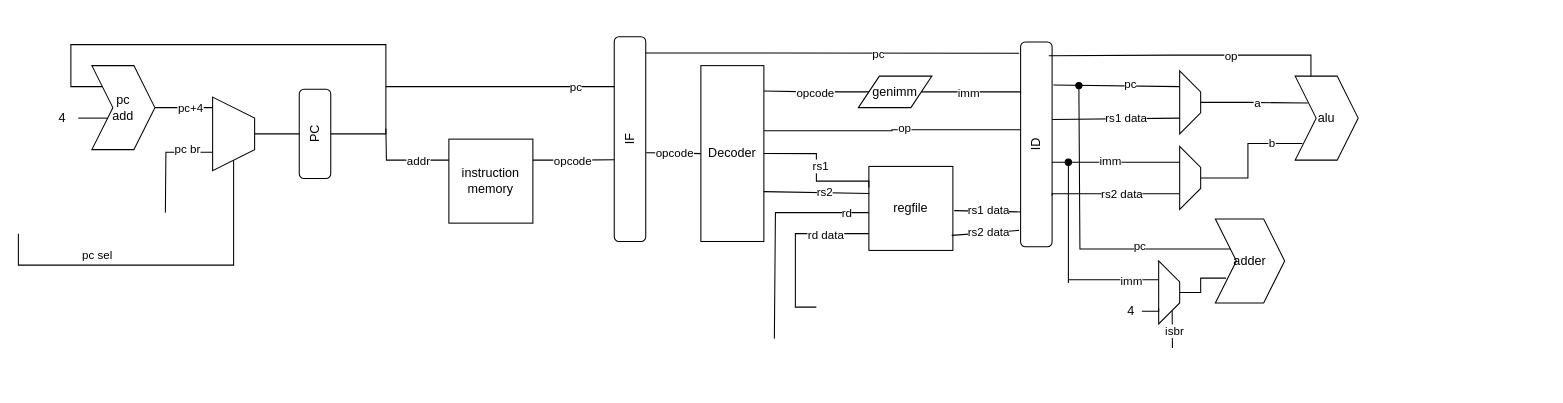
The draw.io diagram pipeline.drawio in tomhaber/rvcpu, before the edit. Source tidied: cells renumbered, new cells numbered last; positions are measured from the earlier drawing's top-left corner, leaving out a move shared by most shapes. Both pictures are drawn from the tidied source at 105%, with x=0, y=0 at pixel (18, 44).
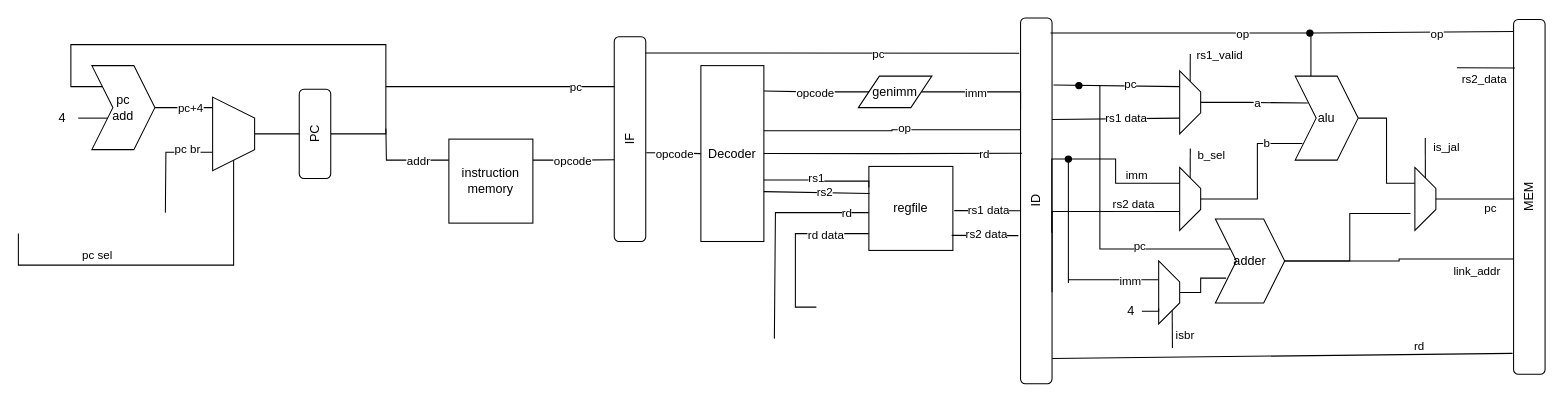
The same page after the edit.

Unchanged cells that the change refers to:
```xml
<mxCell id="29" value="regfile" style="whiteSpace=wrap;html=1;" parent="1" vertex="1">
  <mxGeometry x="810" y="116" width="80" height="80" as="geometry" />
</mxCell>
<mxCell id="32" value="Decoder" style="rounded=0;whiteSpace=wrap;html=1;" parent="1" vertex="1">
  <mxGeometry x="650" y="20" width="60" height="167.5" as="geometry" />
</mxCell>
<mxCell id="49" style="shape=trapezoid;perimeter=trapezoidPerimeter;whiteSpace=wrap;html=1;fixedSize=1;rotation=90;" parent="1" vertex="1">
  <mxGeometry x="1086" y="45" width="60" height="20" as="geometry" />
</mxCell>
<mxCell id="57" value="alu" style="shape=step;perimeter=stepPerimeter;whiteSpace=wrap;html=1;fixedSize=1;" parent="1" vertex="1">
  <mxGeometry x="1216" y="30" width="60" height="80" as="geometry" />
</mxCell>
<mxCell id="68" style="edgeStyle=orthogonalEdgeStyle;rounded=0;jettySize=auto;html=1;exitX=1;exitY=0.25;exitDx=0;exitDy=0;endArrow=none;endFill=0;" parent="1" edge="1" source="70">
  <mxGeometry relative="1" as="geometry">
    <mxPoint x="1099.1" y="289" as="targetPoint" />
  </mxGeometry>
</mxCell>
<mxCell id="75" value="adder" style="shape=step;perimeter=stepPerimeter;whiteSpace=wrap;html=1;fixedSize=1;" parent="1" vertex="1">
  <mxGeometry x="1140" y="166" width="66" height="80" as="geometry" />
</mxCell>
```

What changed in the source:
```diff
@@
-    <mxCell id="33" style="edgeStyle=orthogonalEdgeStyle;rounded=0;jettySize=auto;html=1;exitX=0;exitY=0.25;exitDx=0;exitDy=0;endArrow=none;endFill=0;entryX=1;entryY=0.5;entryDx=0;entryDy=0;" parent="1" edge="1" source="29" target="32">
+    <mxCell id="33" style="edgeStyle=orthogonalEdgeStyle;rounded=0;jettySize=auto;html=1;exitX=0;exitY=0.25;exitDx=0;exitDy=0;endArrow=none;endFill=0;" parent="1" edge="1" source="29">
       <mxGeometry relative="1" as="geometry">
+        <mxPoint x="710" y="129" as="targetPoint" />
         <Array as="points">
           <mxPoint x="810" y="130" />
           <mxPoint x="760" y="130" />
-          <mxPoint x="760" y="104" />
+          <mxPoint x="710" y="129" />
         </Array>
       </mxGeometry>
     </mxCell>
@@
     <mxCell id="37" value="ID" style="rounded=1;whiteSpace=wrap;html=1;rotation=-90;" parent="1" vertex="1">
-      <mxGeometry x="872" y="80" width="195" height="30" as="geometry" />
+      <mxGeometry x="795.2" y="133.8" width="348.5" height="30" as="geometry" />
     </mxCell>
-    <mxCell id="38" style="endArrow=none;html=1;rounded=0;entryX=0.17;entryY=0.015;entryDx=0;entryDy=0;entryPerimeter=0;exitX=1.016;exitY=0.639;exitDx=0;exitDy=0;exitPerimeter=0;" parent="1" edge="1" target="37">
+    <mxCell id="38" style="endArrow=none;html=1;rounded=0;entryX=0.473;entryY=-0.013;entryDx=0;entryDy=0;entryPerimeter=0;exitX=1.016;exitY=0.639;exitDx=0;exitDy=0;exitPerimeter=0;" parent="1" edge="1" target="37">
       <mxGeometry relative="1" as="geometry">
         <mxPoint x="891.3" y="158.1" as="sourcePoint" />
       </mxGeometry>
     </mxCell>
@@
-    <mxCell id="40" style="endArrow=none;html=1;rounded=0;entryX=0.08;entryY=-0.05;entryDx=0;entryDy=0;entryPerimeter=0;exitX=0.986;exitY=0.821;exitDx=0;exitDy=0;exitPerimeter=0;" parent="1" edge="1" source="29" target="37">
+    <mxCell id="40" style="endArrow=none;html=1;rounded=0;entryX=0.405;entryY=-0.069;entryDx=0;entryDy=0;entryPerimeter=0;exitX=0.986;exitY=0.821;exitDx=0;exitDy=0;exitPerimeter=0;" parent="1" edge="1" source="29" target="37">
       <mxGeometry relative="1" as="geometry" />
     </mxCell>
@@
+    <mxCell id="77" style="edgeStyle=orthogonalEdgeStyle;rounded=0;jettySize=auto;html=1;exitX=0;exitY=0.5;exitDx=0;exitDy=0;endArrow=none;endFill=0;" parent="1" edge="1" source="49">
+      <mxGeometry relative="1" as="geometry">
+        <mxPoint x="1116.1" y="9" as="targetPoint" />
+      </mxGeometry>
+    </mxCell>
+    <mxCell id="78" value="rs1_valid" style="edgeLabel;html=1;align=center;verticalAlign=middle;" parent="77" vertex="1">
+      <mxGeometry x="0.09" y="-2" relative="1" as="geometry">
+        <mxPoint x="25" y="-12" as="offset" />
+      </mxGeometry>
+    </mxCell>
@@
     <mxCell id="54" style="edgeStyle=orthogonalEdgeStyle;rounded=0;jettySize=auto;html=1;exitX=0.75;exitY=1;exitDx=0;exitDy=0;entryX=0.25;entryY=1;entryDx=0;entryDy=0;endArrow=none;endFill=0;" parent="1" edge="1" source="56" target="37">
       <mxGeometry relative="1" as="geometry">
         <Array as="points">
-          <mxPoint x="985" y="142" />
+          <mxPoint x="1106" y="159" />
+          <mxPoint x="985" y="159" />
         </Array>
       </mxGeometry>
     </mxCell>
     <mxCell id="55" value="rs2 data" style="edgeLabel;html=1;align=center;verticalAlign=middle;" parent="54" vertex="1">
-      <mxGeometry x="-0.09" relative="1" as="geometry" />
+      <mxGeometry x="-0.09" relative="1" as="geometry">
+        <mxPoint x="44" y="-8" as="offset" />
+      </mxGeometry>
     </mxCell>
+    <mxCell id="79" style="edgeStyle=orthogonalEdgeStyle;rounded=0;jettySize=auto;html=1;exitX=0;exitY=0.5;exitDx=0;exitDy=0;endArrow=none;endFill=0;" parent="1" edge="1" source="56">
+      <mxGeometry relative="1" as="geometry">
+        <mxPoint x="1116.1" y="99" as="targetPoint" />
+      </mxGeometry>
+    </mxCell>
+    <mxCell id="80" value="b_sel" style="edgeLabel;html=1;align=center;verticalAlign=middle;" parent="79" vertex="1">
+      <mxGeometry x="-0.19" y="1" relative="1" as="geometry">
+        <mxPoint x="20" y="-11" as="offset" />
+      </mxGeometry>
+    </mxCell>
     <mxCell id="56" style="shape=trapezoid;perimeter=trapezoidPerimeter;whiteSpace=wrap;html=1;fixedSize=1;rotation=90;" parent="1" vertex="1">
-      <mxGeometry x="1086" y="117" width="60" height="20" as="geometry" />
+      <mxGeometry x="1086" y="137" width="60" height="20" as="geometry" />
     </mxCell>
+    <mxCell id="81" style="edgeStyle=orthogonalEdgeStyle;rounded=0;jettySize=auto;html=1;exitX=1;exitY=0.5;exitDx=0;exitDy=0;entryX=0.25;entryY=1;entryDx=0;entryDy=0;endArrow=none;endFill=0;" parent="1" edge="1" source="57" target="86">
+      <mxGeometry relative="1" as="geometry" />
+    </mxCell>
@@
-    <mxCell id="58" style="edgeStyle=orthogonalEdgeStyle;rounded=0;jettySize=auto;html=1;exitX=0.25;exitY=0;exitDx=0;exitDy=0;entryX=0.933;entryY=0.894;entryDx=0;entryDy=0;entryPerimeter=0;endArrow=none;endFill=0;" parent="1" edge="1" source="57" target="37">
-      <mxGeometry relative="1" as="geometry" />
+    <mxCell id="58" style="edgeStyle=orthogonalEdgeStyle;rounded=0;jettySize=auto;html=1;exitX=0.25;exitY=0;exitDx=0;exitDy=0;endArrow=none;endFill=0;" parent="1" edge="1" source="57">
+      <mxGeometry relative="1" as="geometry">
+        <mxPoint x="990" y="-11" as="targetPoint" />
+        <Array as="points">
+          <mxPoint x="1231" y="-11" />
+          <mxPoint x="983" y="-11" />
+        </Array>
+      </mxGeometry>
     </mxCell>
@@
     <mxCell id="62" style="edgeStyle=orthogonalEdgeStyle;rounded=0;jettySize=auto;html=1;exitX=0.5;exitY=0;exitDx=0;exitDy=0;entryX=0.115;entryY=0.803;entryDx=0;entryDy=0;entryPerimeter=0;endArrow=none;endFill=0;" parent="1" edge="1" source="56" target="57">
-      <mxGeometry relative="1" as="geometry" />
+      <mxGeometry relative="1" as="geometry">
+        <Array as="points">
+          <mxPoint x="1180" y="147" />
+          <mxPoint x="1180" y="94" />
+        </Array>
+      </mxGeometry>
     </mxCell>
@@
     <mxCell id="64" style="edgeStyle=orthogonalEdgeStyle;rounded=0;jettySize=auto;html=1;exitX=0.25;exitY=1;exitDx=0;exitDy=0;entryX=0.413;entryY=0.993;entryDx=0;entryDy=0;entryPerimeter=0;endArrow=none;endFill=0;" parent="1" edge="1" source="56" target="37">
-      <mxGeometry relative="1" as="geometry" />
+      <mxGeometry relative="1" as="geometry">
+        <Array as="points">
+          <mxPoint x="1045" y="132" />
+          <mxPoint x="1045" y="109" />
+          <mxPoint x="984" y="109" />
+        </Array>
+      </mxGeometry>
     </mxCell>
     <mxCell id="65" value="imm" style="edgeLabel;html=1;align=center;verticalAlign=middle;" parent="64" vertex="1">
-      <mxGeometry x="0.1" y="-1" relative="1" as="geometry" />
+      <mxGeometry x="0.1" y="-1" relative="1" as="geometry">
+        <mxPoint x="53" y="15" as="offset" />
+      </mxGeometry>
     </mxCell>
     <mxCell id="66" style="edgeStyle=orthogonalEdgeStyle;rounded=0;orthogonalLoop=1;jettySize=auto;html=1;exitX=0.25;exitY=1;exitDx=0;exitDy=0;endArrow=oval;endFill=1;" parent="1" edge="1">
       <mxGeometry relative="1" as="geometry">
         <mxPoint x="1086" y="224" as="sourcePoint" />
-        <mxPoint x="1000" y="112" as="targetPoint" />
+        <mxPoint x="1000" y="109" as="targetPoint" />
         <Array as="points">
           <mxPoint x="1000" y="227" />
           <mxPoint x="1000" y="146" />
         </Array>
       </mxGeometry>
     </mxCell>
@@
     <mxCell id="69" value="isbr" style="edgeLabel;html=1;align=center;verticalAlign=middle;" parent="68" vertex="1">
-      <mxGeometry x="0.05" y="2" relative="1" as="geometry" />
+      <mxGeometry x="0.05" y="2" relative="1" as="geometry">
+        <mxPoint x="10" y="4" as="offset" />
+      </mxGeometry>
     </mxCell>
@@
     <mxCell id="73" style="edgeStyle=orthogonalEdgeStyle;rounded=0;jettySize=auto;html=1;exitX=0;exitY=0.25;exitDx=0;exitDy=0;endArrow=oval;endFill=1;" parent="1" edge="1" source="75">
       <mxGeometry relative="1" as="geometry">
         <mxPoint x="1010" y="39" as="targetPoint" />
         <Array as="points">
-          <mxPoint x="1011" y="195" />
-          <mxPoint x="1011" y="39" />
+          <mxPoint x="1030" y="195" />
+          <mxPoint x="1030" y="39" />
         </Array>
       </mxGeometry>
     </mxCell>
@@
+    <mxCell id="82" style="edgeStyle=orthogonalEdgeStyle;rounded=0;jettySize=auto;html=1;exitX=1;exitY=0.5;exitDx=0;exitDy=0;entryX=0.325;entryY=-0.015;entryDx=0;entryDy=0;entryPerimeter=0;endArrow=none;endFill=0;" parent="1" edge="1" source="75" target="88">
+      <mxGeometry relative="1" as="geometry" />
+    </mxCell>
+    <mxCell id="83" value="link_addr" style="edgeLabel;html=1;align=center;verticalAlign=middle;" parent="82" vertex="1">
+      <mxGeometry x="0.68" y="-3" relative="1" as="geometry">
+        <mxPoint y="8" as="offset" />
+      </mxGeometry>
+    </mxCell>
@@
+    <mxCell id="84" style="edgeStyle=orthogonalEdgeStyle;rounded=0;jettySize=auto;html=1;exitX=0;exitY=0.5;exitDx=0;exitDy=0;endArrow=none;endFill=0;" parent="1" edge="1" source="86">
+      <mxGeometry relative="1" as="geometry">
+        <mxPoint x="1339.9" y="89" as="targetPoint" />
+      </mxGeometry>
+    </mxCell>
+    <mxCell id="85" value="is_jal" style="edgeLabel;html=1;align=center;verticalAlign=middle;" parent="84" vertex="1">
+      <mxGeometry x="-0.06" y="-4" relative="1" as="geometry">
+        <mxPoint x="16" y="-11" as="offset" />
+      </mxGeometry>
+    </mxCell>
+    <mxCell id="86" style="shape=trapezoid;perimeter=trapezoidPerimeter;whiteSpace=wrap;html=1;fixedSize=1;rotation=90;" parent="1" vertex="1">
+      <mxGeometry x="1310" y="137" width="60" height="20" as="geometry" />
+    </mxCell>
+    <mxCell id="87" style="edgeStyle=orthogonalEdgeStyle;rounded=0;jettySize=auto;html=1;exitX=1;exitY=0.5;exitDx=0;exitDy=0;entryX=0.731;entryY=1.211;entryDx=0;entryDy=0;entryPerimeter=0;endArrow=none;endFill=0;" parent="1" edge="1" source="75" target="86">
+      <mxGeometry relative="1" as="geometry" />
+    </mxCell>
+    <mxCell id="88" value="MEM" style="rounded=1;whiteSpace=wrap;html=1;rotation=-90;" parent="1" vertex="1">
+      <mxGeometry x="1270" y="130" width="338" height="30" as="geometry" />
+    </mxCell>
+    <mxCell id="89" style="endArrow=none;html=1;rounded=0;entryX=0.966;entryY=0.004;entryDx=0;entryDy=0;entryPerimeter=0;endFill=0;startArrow=oval;startFill=1;" parent="1" edge="1" target="88">
+      <mxGeometry relative="1" as="geometry">
+        <mxPoint x="1230" y="-11" as="sourcePoint" />
+      </mxGeometry>
+    </mxCell>
+    <mxCell id="90" value="op" style="edgeLabel;html=1;align=center;verticalAlign=middle;" parent="89" vertex="1">
+      <mxGeometry x="0.24" y="-1" relative="1" as="geometry" />
+    </mxCell>
+    <mxCell id="91" style="edgeStyle=orthogonalEdgeStyle;rounded=0;jettySize=auto;html=1;exitX=0.5;exitY=0;exitDx=0;exitDy=0;entryX=0.5;entryY=0;entryDx=0;entryDy=0;endArrow=none;endFill=0;" parent="1" edge="1" source="86" target="88">
+      <mxGeometry relative="1" as="geometry">
+        <Array as="points">
+          <mxPoint x="1424" y="147" />
+        </Array>
+      </mxGeometry>
+    </mxCell>
+    <mxCell id="92" value="pc" style="edgeLabel;html=1;align=center;verticalAlign=middle;" parent="91" vertex="1">
+      <mxGeometry x="0.34" y="-3" relative="1" as="geometry">
+        <mxPoint y="5" as="offset" />
+      </mxGeometry>
+    </mxCell>
+    <mxCell id="93" style="endArrow=none;html=1;rounded=0;entryX=0.863;entryY=0.041;entryDx=0;entryDy=0;entryPerimeter=0;" parent="1" edge="1" target="88">
+      <mxGeometry relative="1" as="geometry">
+        <mxPoint x="1370" y="22" as="sourcePoint" />
+      </mxGeometry>
+    </mxCell>
+    <mxCell id="94" value="rs2_data" style="edgeLabel;html=1;align=center;verticalAlign=middle;" parent="93" vertex="1">
+      <mxGeometry x="0.24" y="-1" relative="1" as="geometry">
+        <mxPoint x="-8" y="9" as="offset" />
+      </mxGeometry>
+    </mxCell>
+    <mxCell id="95" style="edgeStyle=orthogonalEdgeStyle;rounded=0;jettySize=auto;html=1;exitX=1;exitY=0.5;exitDx=0;exitDy=0;entryX=0.63;entryY=0.043;entryDx=0;entryDy=0;entryPerimeter=0;endArrow=none;endFill=0;" parent="1" edge="1" source="32" target="37">
+      <mxGeometry relative="1" as="geometry" />
+    </mxCell>
+    <mxCell id="96" value="rd" style="edgeLabel;html=1;align=center;verticalAlign=middle;" parent="95" vertex="1">
+      <mxGeometry x="0.71" relative="1" as="geometry" />
+    </mxCell>
+    <mxCell id="97" style="endArrow=none;html=1;rounded=0;exitX=0.069;exitY=1.006;exitDx=0;exitDy=0;exitPerimeter=0;entryX=0.059;entryY=-0.033;entryDx=0;entryDy=0;entryPerimeter=0;" parent="1" edge="1" source="37" target="88">
+      <mxGeometry relative="1" as="geometry" />
+    </mxCell>
+    <mxCell id="98" value="rd" style="edgeLabel;html=1;align=center;verticalAlign=middle;" parent="97" vertex="1">
+      <mxGeometry x="0.59" y="-2" relative="1" as="geometry">
+        <mxPoint y="-11" as="offset" />
+      </mxGeometry>
+    </mxCell>
```
